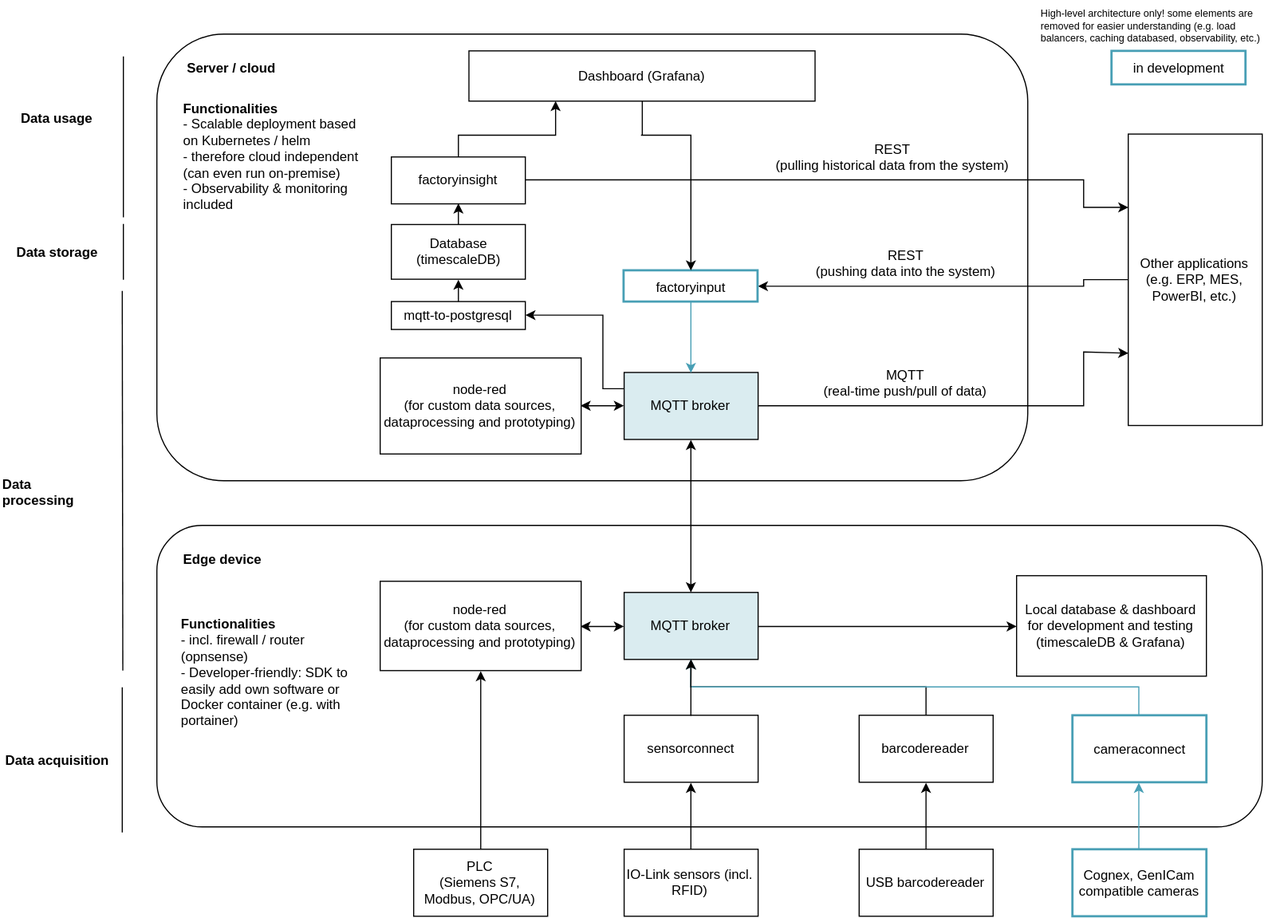
Above: docs/content/en/docs/Concepts/dataprocessing.svg in united-manufacturing-hub/united-manufacturing-hub (draw.io), before the change. Source tidied: cells renumbered, new cells last; positions are measured from the earlier drawing's top-left corner, leaving out a move shared by most shapes.
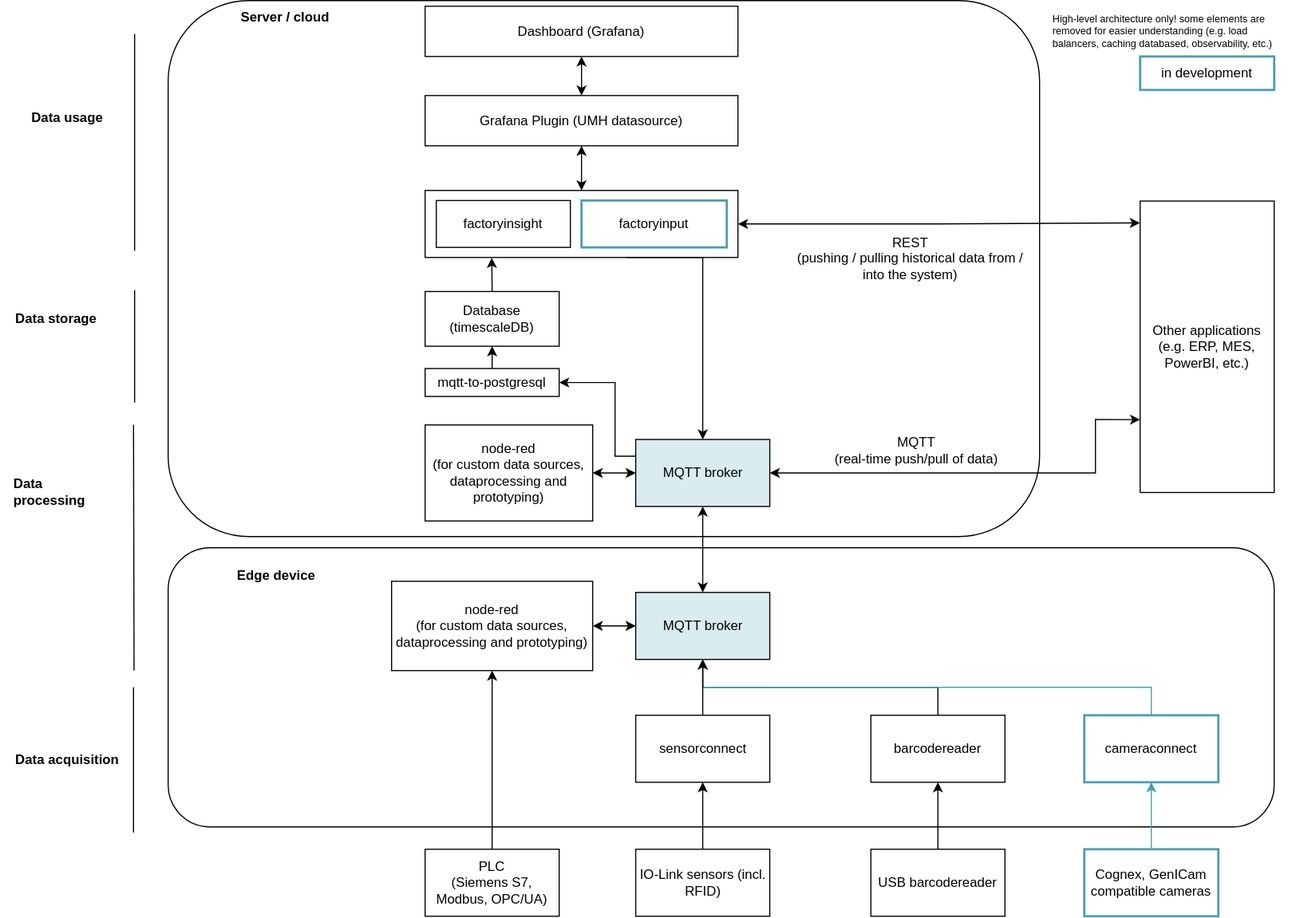
After the commit.

Commit message:
added datasource plugin

The edit, as a diff of the source:
```diff
@@ -3,44 +3,43 @@
     <mxCell id="0" />
     <mxCell id="1" parent="0" />
     <mxCell id="2" style="rounded=1;whiteSpace=wrap;html=1;fillColor=#ffffff;" parent="1" vertex="1">
-      <mxGeometry x="140" y="470" width="990" height="270" as="geometry" />
+      <mxGeometry x="140" y="490" width="990" height="250" as="geometry" />
     </mxCell>
-    <mxCell id="3" style="edgeStyle=orthogonalEdgeStyle;rounded=0;jettySize=auto;html=1;exitX=1;exitY=0.5;exitDx=0;exitDy=0;entryX=0;entryY=0.5;entryDx=0;entryDy=0;startArrow=none;startFill=0;strokeColor=#000000;" parent="1" edge="1" source="4" target="19">
-      <mxGeometry relative="1" as="geometry" />
-    </mxCell>
     <mxCell id="4" value="MQTT broker" style="rounded=0;whiteSpace=wrap;html=1;fillColor=#DAECF0;" parent="1" vertex="1">
       <mxGeometry x="558.5" y="530" width="120" height="60" as="geometry" />
     </mxCell>
     <mxCell id="5" style="rounded=1;whiteSpace=wrap;html=1;fillColor=#ffffff;" parent="1" vertex="1">
-      <mxGeometry x="140" y="30" width="780" height="400" as="geometry" />
+      <mxGeometry x="140" width="780" height="480" as="geometry" />
     </mxCell>
     <mxCell id="6" value="Edge device" style="text;html=1;strokeColor=none;fillColor=none;align=left;verticalAlign=middle;whiteSpace=wrap;rounded=0;fontStyle=1;" parent="1" vertex="1">
-      <mxGeometry x="162" y="485" width="80" height="30" as="geometry" />
+      <mxGeometry x="200" y="500" width="80" height="30" as="geometry" />
     </mxCell>
     <mxCell id="7" value="Server / cloud" style="text;html=1;strokeColor=none;fillColor=none;align=center;verticalAlign=middle;whiteSpace=wrap;rounded=0;fontStyle=1;" parent="1" vertex="1">
-      <mxGeometry x="162" y="50" width="90" height="20" as="geometry" />
+      <mxGeometry x="200" y="5" width="90" height="20" as="geometry" />
     </mxCell>
-    <mxCell id="8" style="edgeStyle=orthogonalEdgeStyle;rounded=0;jettySize=auto;html=1;exitX=0;exitY=0.5;exitDx=0;exitDy=0;entryX=1;entryY=0.5;entryDx=0;entryDy=0;startArrow=classic;startFill=1;strokeColor=#000000;" parent="1" edge="1" source="11" target="29">
-      <mxGeometry relative="1" as="geometry" />
+    <mxCell id="8" style="edgeStyle=orthogonalEdgeStyle;rounded=0;jettySize=auto;html=1;exitX=0;exitY=0.5;exitDx=0;exitDy=0;entryX=1;entryY=0.5;entryDx=0;entryDy=0;startArrow=classic;startFill=1;strokeColor=#000000;" parent="1" edge="1" source="11">
+      <mxGeometry relative="1" as="geometry">
+        <mxPoint x="520" y="423" as="targetPoint" />
+      </mxGeometry>
     </mxCell>
     <mxCell id="9" style="edgeStyle=orthogonalEdgeStyle;rounded=0;jettySize=auto;html=1;exitX=0;exitY=0.25;exitDx=0;exitDy=0;entryX=1;entryY=0.5;entryDx=0;entryDy=0;startArrow=none;startFill=0;strokeColor=#000000;" parent="1" edge="1" source="11" target="23">
       <mxGeometry relative="1" as="geometry">
         <Array as="points">
-          <mxPoint x="540" y="348" />
-          <mxPoint x="540" y="282" />
+          <mxPoint x="540" y="408" />
+          <mxPoint x="540" y="342" />
         </Array>
       </mxGeometry>
     </mxCell>
-    <mxCell id="10" style="edgeStyle=orthogonalEdgeStyle;rounded=0;jettySize=auto;html=1;exitX=1;exitY=0.5;exitDx=0;exitDy=0;entryX=0;entryY=0.75;entryDx=0;entryDy=0;startArrow=none;startFill=0;strokeColor=#000000;" parent="1" edge="1" source="11" target="31">
+    <mxCell id="10" style="edgeStyle=orthogonalEdgeStyle;rounded=0;jettySize=auto;html=1;exitX=1;exitY=0.5;exitDx=0;exitDy=0;entryX=0;entryY=0.75;entryDx=0;entryDy=0;startArrow=classic;startFill=1;strokeColor=#000000;" parent="1" edge="1" source="11" target="31">
       <mxGeometry relative="1" as="geometry">
         <Array as="points">
-          <mxPoint x="970" y="363" />
-          <mxPoint x="970" y="315" />
+          <mxPoint x="970" y="423" />
+          <mxPoint x="970" y="375" />
         </Array>
       </mxGeometry>
     </mxCell>
     <mxCell id="11" value="MQTT broker" style="rounded=0;whiteSpace=wrap;html=1;fillColor=#DAECF0;" parent="1" vertex="1">
-      <mxGeometry x="558.5" y="333" width="120" height="60" as="geometry" />
+      <mxGeometry x="558.5" y="393" width="120" height="60" as="geometry" />
     </mxCell>
     <mxCell id="12" value="sensorconnect" style="rounded=0;whiteSpace=wrap;html=1;" parent="1" vertex="1">
       <mxGeometry x="558.5" y="640" width="120" height="60" as="geometry" />
@@ -65,9 +64,6 @@
     <mxCell id="18" value="USB barcodereader" style="rounded=0;whiteSpace=wrap;html=1;" parent="1" vertex="1">
       <mxGeometry x="769" y="760" width="120" height="60" as="geometry" />
     </mxCell>
-    <mxCell id="19" value="Local database &amp;amp; dashboard for development and testing (timescaleDB &amp;amp; Grafana)" style="rounded=0;whiteSpace=wrap;html=1;" parent="1" vertex="1">
-      <mxGeometry x="910" y="515" width="170" height="90" as="geometry" />
-    </mxCell>
     <mxCell id="20" style="edgeStyle=orthogonalEdgeStyle;rounded=0;jettySize=auto;html=1;exitX=1;exitY=0.5;exitDx=0;exitDy=0;entryX=0;entryY=0.5;entryDx=0;entryDy=0;startArrow=classic;startFill=1;strokeColor=#000000;" parent="1" edge="1" source="21" target="4">
       <mxGeometry relative="1" as="geometry" />
     </mxCell>
@@ -78,46 +74,19 @@
       <mxGeometry relative="1" as="geometry" />
     </mxCell>
     <mxCell id="23" value="mqtt-to-postgresql" style="rounded=0;whiteSpace=wrap;html=1;" parent="1" vertex="1">
-      <mxGeometry x="350" y="269.5" width="120" height="25" as="geometry" />
+      <mxGeometry x="370" y="329.5" width="120" height="25" as="geometry" />
     </mxCell>
-    <mxCell id="24" style="edgeStyle=orthogonalEdgeStyle;rounded=0;jettySize=auto;html=1;exitX=0.5;exitY=0;exitDx=0;exitDy=0;entryX=0.5;entryY=1;entryDx=0;entryDy=0;" parent="1" edge="1" source="25" target="28">
-      <mxGeometry relative="1" as="geometry" />
-    </mxCell>
+    <mxCell id="59" style="edgeStyle=orthogonalEdgeStyle;rounded=0;jettySize=auto;html=1;exitX=0.5;exitY=0;exitDx=0;exitDy=0;entryX=0.213;entryY=1.006;entryDx=0;entryDy=0;entryPerimeter=0;startArrow=none;startFill=0;" parent="1" edge="1" source="25" target="63">
+      <mxGeometry relative="1" as="geometry" />
+    </mxCell>
     <mxCell id="25" value="Database&lt;br&gt;(timescaleDB)" style="rounded=0;whiteSpace=wrap;html=1;" parent="1" vertex="1">
-      <mxGeometry x="350" y="200.5" width="120" height="49" as="geometry" />
+      <mxGeometry x="370" y="260.5" width="120" height="49" as="geometry" />
     </mxCell>
-    <mxCell id="26" style="edgeStyle=orthogonalEdgeStyle;rounded=0;jettySize=auto;html=1;exitX=0.5;exitY=0;exitDx=0;exitDy=0;entryX=0.25;entryY=1;entryDx=0;entryDy=0;startArrow=none;startFill=0;strokeColor=#000000;" parent="1" edge="1" source="28" target="43">
-      <mxGeometry relative="1" as="geometry">
-        <Array as="points">
-          <mxPoint x="410" y="120" />
-          <mxPoint x="497" y="120" />
-        </Array>
-      </mxGeometry>
-    </mxCell>
-    <mxCell id="27" style="edgeStyle=orthogonalEdgeStyle;rounded=0;jettySize=auto;html=1;exitX=1;exitY=0.5;exitDx=0;exitDy=0;entryX=0;entryY=0.25;entryDx=0;entryDy=0;startArrow=none;startFill=0;strokeColor=#000000;" parent="1" edge="1" source="28" target="31">
-      <mxGeometry relative="1" as="geometry">
-        <Array as="points">
-          <mxPoint x="970" y="161" />
-          <mxPoint x="970" y="185" />
-        </Array>
-      </mxGeometry>
-    </mxCell>
-    <mxCell id="28" value="factoryinsight" style="rounded=0;whiteSpace=wrap;html=1;" parent="1" vertex="1">
-      <mxGeometry x="350" y="140" width="120" height="42" as="geometry" />
-    </mxCell>
     <mxCell id="29" value="node-red&lt;br&gt;(for custom data sources, dataprocessing and prototyping)" style="rounded=0;whiteSpace=wrap;html=1;" parent="1" vertex="1">
-      <mxGeometry x="340" y="320" width="180" height="86" as="geometry" />
+      <mxGeometry x="370" y="380" width="150" height="86" as="geometry" />
     </mxCell>
-    <mxCell id="30" style="edgeStyle=orthogonalEdgeStyle;rounded=0;jettySize=auto;html=1;exitX=0;exitY=0.5;exitDx=0;exitDy=0;entryX=1;entryY=0.5;entryDx=0;entryDy=0;startArrow=none;startFill=0;strokeColor=#000000;" parent="1" edge="1" source="31" target="40">
-      <mxGeometry relative="1" as="geometry">
-        <Array as="points">
-          <mxPoint x="970" y="250" />
-          <mxPoint x="970" y="256" />
-        </Array>
-      </mxGeometry>
-    </mxCell>
     <mxCell id="31" value="Other applications&lt;br&gt;(e.g. ERP, MES, PowerBI, etc.)" style="rounded=0;whiteSpace=wrap;html=1;" parent="1" vertex="1">
-      <mxGeometry x="1010" y="119.5" width="120" height="261" as="geometry" />
+      <mxGeometry x="1010" y="179.5" width="120" height="261" as="geometry" />
     </mxCell>
     <mxCell id="32" style="edgeStyle=orthogonalEdgeStyle;rounded=0;jettySize=auto;html=1;exitX=0.5;exitY=0;exitDx=0;exitDy=0;entryX=0.5;entryY=1;entryDx=0;entryDy=0;startArrow=none;startFill=0;strokeColor=#000000;" parent="1" edge="1" source="33" target="21">
       <mxGeometry relative="1" as="geometry" />
@@ -138,40 +107,23 @@
       <mxGeometry x="960" y="760" width="120" height="60" as="geometry" />
     </mxCell>
     <mxCell id="38" value="in development" style="rounded=0;whiteSpace=wrap;html=1;fillColor=#ffffff;strokeColor=#489FB5;strokeWidth=2;" parent="1" vertex="1">
-      <mxGeometry x="995" y="45" width="120" height="30" as="geometry" />
+      <mxGeometry x="1010" y="50" width="120" height="30" as="geometry" />
     </mxCell>
-    <mxCell id="39" style="edgeStyle=orthogonalEdgeStyle;rounded=0;jettySize=auto;html=1;exitX=0.5;exitY=1;exitDx=0;exitDy=0;entryX=0.5;entryY=0;entryDx=0;entryDy=0;strokeColor=#489FB5;" parent="1" edge="1" source="40" target="11">
-      <mxGeometry relative="1" as="geometry" />
-    </mxCell>
-    <mxCell id="40" value="factoryinput" style="rounded=0;whiteSpace=wrap;html=1;strokeColor=#489FB5;strokeWidth=2;" parent="1" vertex="1">
-      <mxGeometry x="558" y="241.5" width="120" height="28" as="geometry" />
-    </mxCell>
     <mxCell id="41" style="edgeStyle=orthogonalEdgeStyle;rounded=0;jettySize=auto;html=1;exitX=0.5;exitY=0;exitDx=0;exitDy=0;entryX=0.5;entryY=1;entryDx=0;entryDy=0;startArrow=classic;startFill=1;" parent="1" edge="1" source="4" target="11">
       <mxGeometry relative="1" as="geometry" />
     </mxCell>
-    <mxCell id="42" style="edgeStyle=orthogonalEdgeStyle;rounded=0;jettySize=auto;html=1;exitX=0.5;exitY=1;exitDx=0;exitDy=0;entryX=0.5;entryY=0;entryDx=0;entryDy=0;startArrow=none;startFill=0;strokeColor=#000000;" parent="1" edge="1" source="43" target="40">
-      <mxGeometry relative="1" as="geometry">
-        <Array as="points">
-          <mxPoint x="574" y="120" />
-          <mxPoint x="619" y="120" />
-        </Array>
-      </mxGeometry>
-    </mxCell>
+    <mxCell id="60" style="edgeStyle=orthogonalEdgeStyle;rounded=0;jettySize=auto;html=1;exitX=0.5;exitY=1;exitDx=0;exitDy=0;entryX=0.5;entryY=0;entryDx=0;entryDy=0;startArrow=classic;startFill=1;" parent="1" edge="1" source="43" target="65">
+      <mxGeometry relative="1" as="geometry" />
+    </mxCell>
     <mxCell id="43" value="Dashboard (Grafana)" style="rounded=0;whiteSpace=wrap;html=1;" parent="1" vertex="1">
-      <mxGeometry x="419.5" y="45" width="310" height="45" as="geometry" />
+      <mxGeometry x="370" y="5" width="280" height="45" as="geometry" />
     </mxCell>
     <mxCell id="44" value="MQTT&lt;br&gt;(real-time push/pull of data)" style="text;html=1;strokeColor=none;fillColor=none;align=center;verticalAlign=middle;whiteSpace=wrap;rounded=0;" parent="1" vertex="1">
-      <mxGeometry x="710" y="333" width="200" height="20" as="geometry" />
+      <mxGeometry x="710" y="393" width="200" height="20" as="geometry" />
     </mxCell>
-    <mxCell id="45" value="REST&lt;br&gt;(pushing data into the system)" style="text;html=1;strokeColor=none;fillColor=none;align=center;verticalAlign=middle;whiteSpace=wrap;rounded=0;" parent="1" vertex="1">
-      <mxGeometry x="710" y="225" width="200" height="20" as="geometry" />
-    </mxCell>
-    <mxCell id="46" value="REST&lt;br&gt;(pulling historical data from the system)" style="text;html=1;strokeColor=none;fillColor=none;align=center;verticalAlign=middle;whiteSpace=wrap;rounded=0;" parent="1" vertex="1">
-      <mxGeometry x="678.5" y="130" width="240" height="20" as="geometry" />
+    <mxCell id="46" value="REST&lt;br&gt;(pushing / pulling historical data from / into the system)" style="text;html=1;strokeColor=none;fillColor=none;align=center;verticalAlign=middle;whiteSpace=wrap;rounded=0;" parent="1" vertex="1">
+      <mxGeometry x="698.5" y="221" width="211.5" height="20" as="geometry" />
     </mxCell>
-    <mxCell id="47" value="&lt;b&gt;Functionalities&lt;/b&gt;&lt;br&gt;- incl. firewall / router (opnsense)&lt;br&gt;- Developer-friendly: SDK to easily add own software or Docker container (e.g. with portainer)" style="text;html=1;whiteSpace=wrap;" parent="1" vertex="1">
-      <mxGeometry x="160" y="545" width="164" height="120" as="geometry" />
-    </mxCell>
     <mxCell id="48" style="edgeStyle=orthogonalEdgeStyle;rounded=0;jettySize=auto;html=1;exitX=0.5;exitY=0;exitDx=0;exitDy=0;entryX=0.5;entryY=1;entryDx=0;entryDy=0;" parent="1" edge="1" source="12" target="4">
       <mxGeometry relative="1" as="geometry" />
     </mxCell>
@@ -182,16 +134,13 @@
       <mxGeometry y="430" width="80" height="20" as="geometry" />
     </mxCell>
     <mxCell id="51" value="Data storage" style="text;html=1;strokeColor=none;fillColor=none;align=center;verticalAlign=middle;whiteSpace=wrap;rounded=0;fontStyle=1;" parent="1" vertex="1">
-      <mxGeometry y="215" width="100" height="20" as="geometry" />
+      <mxGeometry x="-10" y="275" width="100" height="20" as="geometry" />
     </mxCell>
     <mxCell id="52" value="Data usage" style="text;html=1;strokeColor=none;fillColor=none;align=center;verticalAlign=middle;whiteSpace=wrap;rounded=0;fontStyle=1;" parent="1" vertex="1">
       <mxGeometry y="95" width="100" height="20" as="geometry" />
     </mxCell>
-    <mxCell id="53" value="&lt;b&gt;Functionalities&lt;/b&gt;&lt;br&gt;- Scalable deployment based on Kubernetes / helm&lt;br&gt;- therefore cloud independent (can even run on-premise)&lt;br&gt;- Observability &amp;amp; monitoring included" style="text;html=1;whiteSpace=wrap;" parent="1" vertex="1">
-      <mxGeometry x="162" y="82.5" width="164" height="120" as="geometry" />
-    </mxCell>
     <mxCell id="54" value="&lt;span style=&quot;font-weight: normal ; font-size: 9px&quot;&gt;High-level architecture only! some elements are removed for easier understanding (e.g. load balancers, caching databased, observability, etc.)&lt;/span&gt;" style="text;html=1;whiteSpace=wrap;fontStyle=1;fontSize=9;" parent="1" vertex="1">
-      <mxGeometry x="930" width="219" height="37" as="geometry" />
+      <mxGeometry x="930" y="5" width="219" height="37" as="geometry" />
     </mxCell>
     <mxCell id="55" style="endArrow=none;html=1;strokeColor=#000000;" parent="1" edge="1">
       <mxGeometry relative="1" as="geometry">
@@ -202,20 +151,43 @@
     <mxCell id="56" style="endArrow=none;html=1;strokeColor=#000000;" parent="1" edge="1">
       <mxGeometry relative="1" as="geometry">
         <mxPoint x="109.5" y="600" as="sourcePoint" />
-        <mxPoint x="109" y="260" as="targetPoint" />
+        <mxPoint x="109" y="380" as="targetPoint" />
       </mxGeometry>
     </mxCell>
     <mxCell id="57" style="endArrow=none;html=1;strokeColor=#000000;" parent="1" edge="1">
       <mxGeometry relative="1" as="geometry">
-        <mxPoint x="110" y="250" as="sourcePoint" />
-        <mxPoint x="110" y="200" as="targetPoint" />
+        <mxPoint x="110" y="360" as="sourcePoint" />
+        <mxPoint x="110" y="259.5" as="targetPoint" />
       </mxGeometry>
     </mxCell>
     <mxCell id="58" style="endArrow=none;html=1;strokeColor=#000000;" parent="1" edge="1">
       <mxGeometry relative="1" as="geometry">
-        <mxPoint x="110" y="194" as="sourcePoint" />
-        <mxPoint x="110" y="50" as="targetPoint" />
+        <mxPoint x="110" y="224" as="sourcePoint" />
+        <mxPoint x="110" y="30" as="targetPoint" />
       </mxGeometry>
     </mxCell>
+    <mxCell id="61" style="edgeStyle=orthogonalEdgeStyle;rounded=0;jettySize=auto;html=1;exitX=0.75;exitY=1;exitDx=0;exitDy=0;entryX=0.5;entryY=0;entryDx=0;entryDy=0;startArrow=none;startFill=0;" parent="1" edge="1" target="11">
+      <mxGeometry relative="1" as="geometry">
+        <mxPoint x="550" y="230" as="sourcePoint" />
+      </mxGeometry>
+    </mxCell>
+    <mxCell id="62" style="edgeStyle=orthogonalEdgeStyle;rounded=0;jettySize=auto;html=1;exitX=1;exitY=0.5;exitDx=0;exitDy=0;entryX=-0.002;entryY=0.075;entryDx=0;entryDy=0;entryPerimeter=0;startArrow=classic;startFill=1;" parent="1" edge="1" source="63" target="31">
+      <mxGeometry relative="1" as="geometry" />
+    </mxCell>
+    <mxCell id="63" style="rounded=0;whiteSpace=wrap;html=1;fillColor=none;" parent="1" vertex="1">
+      <mxGeometry x="370" y="170" width="280" height="60" as="geometry" />
+    </mxCell>
+    <mxCell id="28" value="factoryinsight" style="rounded=0;whiteSpace=wrap;html=1;" parent="1" vertex="1">
+      <mxGeometry x="380" y="179" width="120" height="42" as="geometry" />
+    </mxCell>
+    <mxCell id="40" value="factoryinput" style="rounded=0;whiteSpace=wrap;html=1;strokeColor=#489FB5;strokeWidth=2;" parent="1" vertex="1">
+      <mxGeometry x="510" y="179" width="130" height="42" as="geometry" />
+    </mxCell>
+    <mxCell id="64" style="edgeStyle=orthogonalEdgeStyle;rounded=0;jettySize=auto;html=1;exitX=0.5;exitY=1;exitDx=0;exitDy=0;entryX=0.5;entryY=0;entryDx=0;entryDy=0;startArrow=classic;startFill=1;" parent="1" edge="1" source="65" target="63">
+      <mxGeometry relative="1" as="geometry" />
+    </mxCell>
+    <mxCell id="65" value="Grafana Plugin (UMH datasource)" style="rounded=0;whiteSpace=wrap;html=1;" parent="1" vertex="1">
+      <mxGeometry x="370" y="85" width="280" height="45" as="geometry" />
+    </mxCell>
   </root>
 </mxGraphModel>
```
